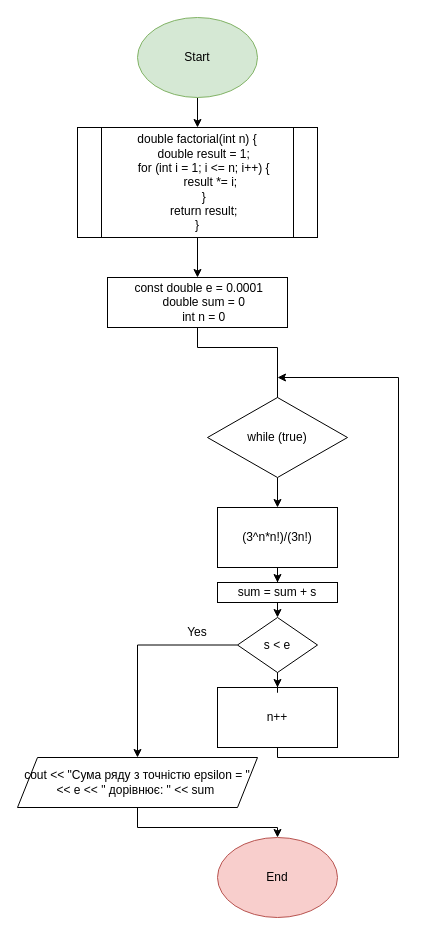
Above: ai_11/denys_bodnar/epic_3/Flowcharts/vns_lab_2_task_1_variant_13_denys_bodnar.drawio in artificial-intelligence-department/ai_programming_playground_2024 (draw.io), before the change. Source tidied: cells renumbered, new cells numbered last; positions are measured from the earlier drawing's top-left corner, leaving out a move shared by most shapes. Both pictures are drawn from the tidied source at 100%, with x=0, y=0 at pixel (17, 17).
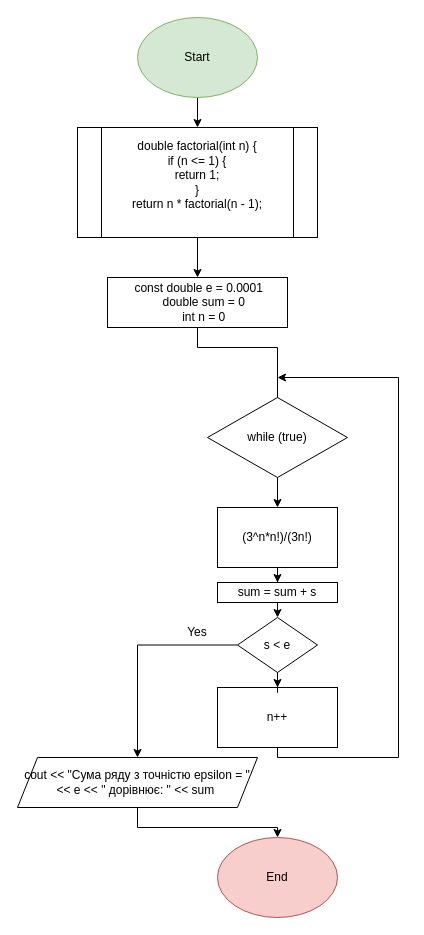
The same page after the edit.

Commit message (it also covers changes not shown here):
Changed the code files, flowcharts and reports

Diff of the diagram source:
```diff
@@
-    <mxCell id="5" value="&lt;div&gt;double factorial(int n) {&lt;/div&gt;&lt;div&gt;&amp;nbsp; &amp;nbsp; double result = 1;&lt;/div&gt;&lt;div&gt;&amp;nbsp; &amp;nbsp; for (int i = 1; i &amp;lt;= n; i++) {&lt;/div&gt;&lt;div&gt;&amp;nbsp; &amp;nbsp; &amp;nbsp; &amp;nbsp; result *= i;&lt;/div&gt;&lt;div&gt;&amp;nbsp; &amp;nbsp; }&lt;/div&gt;&lt;div&gt;&amp;nbsp; &amp;nbsp; return result;&lt;/div&gt;&lt;div&gt;}&lt;/div&gt;" style="shape=process;whiteSpace=wrap;html=1;backgroundOutline=1;" parent="1" vertex="1">
+    <mxCell id="5" value="&lt;div&gt;double factorial(int n) {&lt;/div&gt;&lt;div&gt;if (n &amp;lt;= 1) {&lt;/div&gt;&lt;div&gt;return 1;&lt;/div&gt;&lt;div&gt;}&lt;/div&gt;&lt;div&gt;return n * factorial(n - 1);&lt;/div&gt;&lt;div&gt;&lt;br&gt;&lt;/div&gt;" style="shape=process;whiteSpace=wrap;html=1;backgroundOutline=1;" parent="1" vertex="1">
       <mxGeometry x="60" y="110" width="240" height="110" as="geometry" />
     </mxCell>
```
